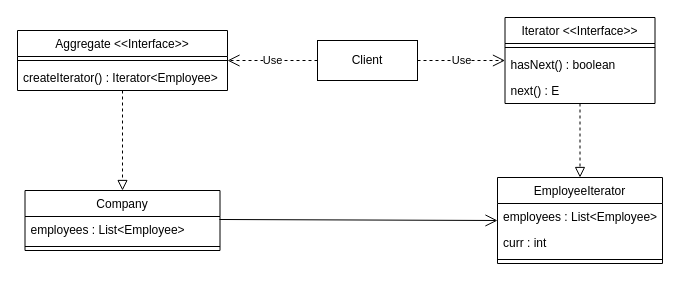
Before: umls/Iterator.drawio in rishabmamgai/LLD, a draw.io diagram. Source tidied: cells renumbered, new cells numbered last; positions are measured from the earlier drawing's top-left corner, leaving out a move shared by most shapes. Both pictures are drawn from the tidied source at 100%, with x=0, y=0 at pixel (17, 17).
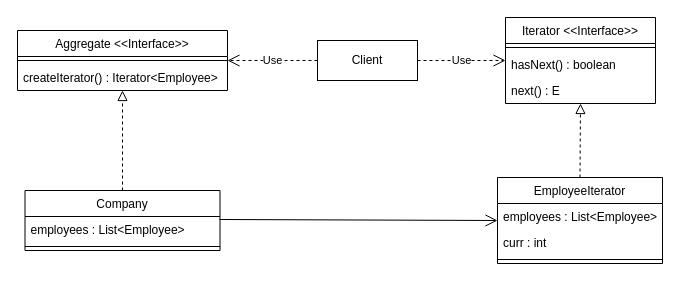
Above is the later version.

Unchanged cells that the change refers to:
```xml
<mxCell id="2" value="Company" style="swimlane;fontStyle=0;align=center;verticalAlign=top;horizontal=1;startSize=26;rounded=0;shadow=0;strokeWidth=1;" parent="1" vertex="1">
  <mxGeometry x="7.5" y="173" width="195" height="60" as="geometry" />
</mxCell>
<mxCell id="5" value="EmployeeIterator" style="swimlane;fontStyle=0;align=center;verticalAlign=top;horizontal=1;startSize=26;rounded=0;shadow=0;strokeWidth=1;" parent="1" vertex="1">
  <mxGeometry x="480" y="160" width="165" height="86" as="geometry" />
</mxCell>
<mxCell id="9" value="Aggregate &lt;&lt;Interface&gt;&gt;" style="swimlane;fontStyle=0;align=center;verticalAlign=top;horizontal=1;startSize=26;rounded=0;shadow=0;strokeWidth=1;" parent="1" vertex="1">
  <mxGeometry y="13" width="210" height="60" as="geometry" />
</mxCell>
```

What changed in the source:
```diff
@@
-    <mxCell id="12" style="endArrow=block;html=1;rounded=0;entryX=0.5;entryY=0;entryDx=0;entryDy=0;dashed=1;endFill=0;endSize=8;exitX=0.5;exitY=1;exitDx=0;exitDy=0;" parent="1" edge="1" source="15" target="5">
+    <mxCell id="12" style="endArrow=block;html=1;rounded=0;dashed=1;endFill=0;endSize=8;exitX=0.5;exitY=0;exitDx=0;exitDy=0;entryX=0.5;entryY=1;entryDx=0;entryDy=0;" parent="1" edge="1" source="5" target="15">
       <mxGeometry relative="1" as="geometry" />
     </mxCell>
-    <mxCell id="13" style="endArrow=block;html=1;rounded=0;dashed=1;endFill=0;endSize=8;entryX=0.5;entryY=0;entryDx=0;entryDy=0;exitX=0.5;exitY=1;exitDx=0;exitDy=0;" parent="1" edge="1" source="9" target="2">
+    <mxCell id="13" style="endArrow=block;html=1;rounded=0;dashed=1;endFill=0;endSize=8;exitX=0.5;exitY=0;exitDx=0;exitDy=0;entryX=0.5;entryY=1;entryDx=0;entryDy=0;" parent="1" edge="1" source="2" target="9">
       <mxGeometry relative="1" as="geometry" />
     </mxCell>
@@
     <mxCell id="15" value="Iterator &lt;&lt;Interface&gt;&gt;" style="swimlane;fontStyle=0;align=center;verticalAlign=top;horizontal=1;startSize=26;rounded=0;shadow=0;strokeWidth=1;" parent="1" vertex="1">
-      <mxGeometry x="487.5" width="150" height="86" as="geometry" />
+      <mxGeometry x="488" width="150" height="86" as="geometry" />
     </mxCell>
```
